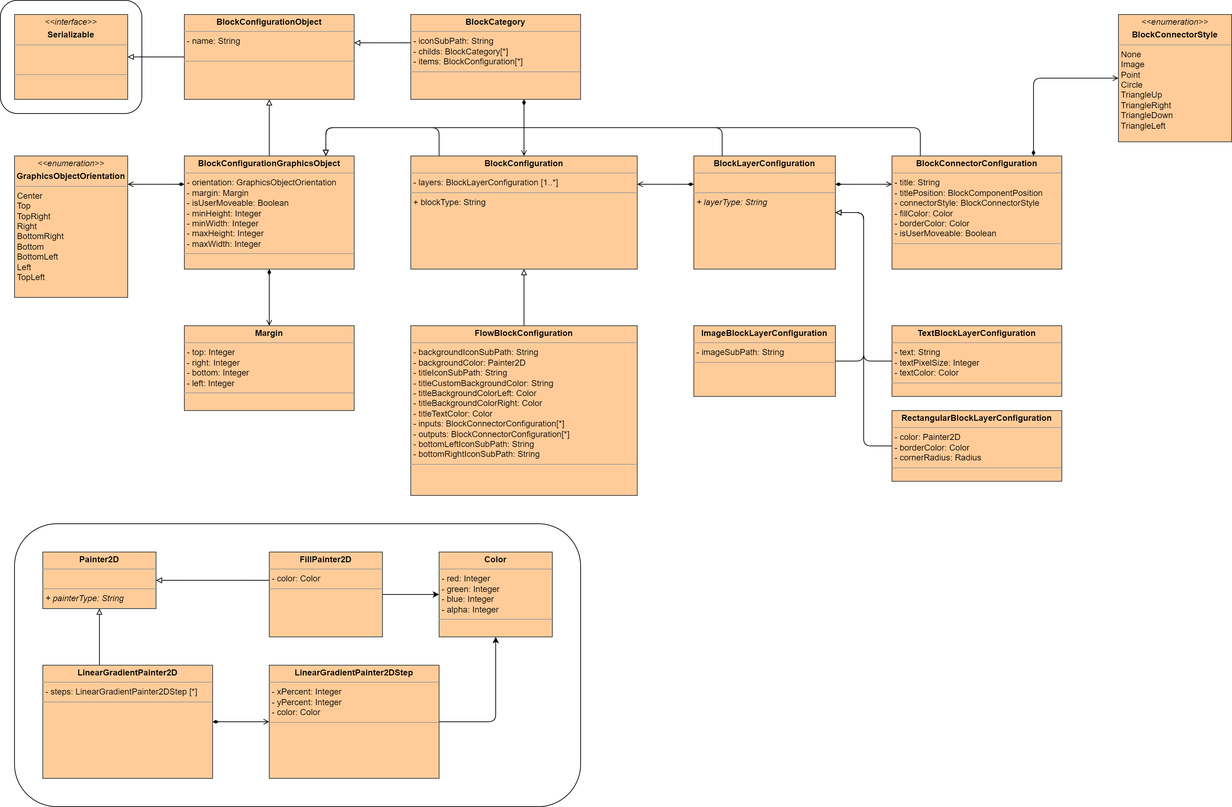
The draw.io diagram Documentation/Developer/block_editor/images/block_editor_api_class.png in OT-OpenTwin/OpenTwin, before a commit. Source tidied: cells renumbered, new cells last; positions are measured from the earlier drawing's top-left corner, leaving out a move shared by most shapes.
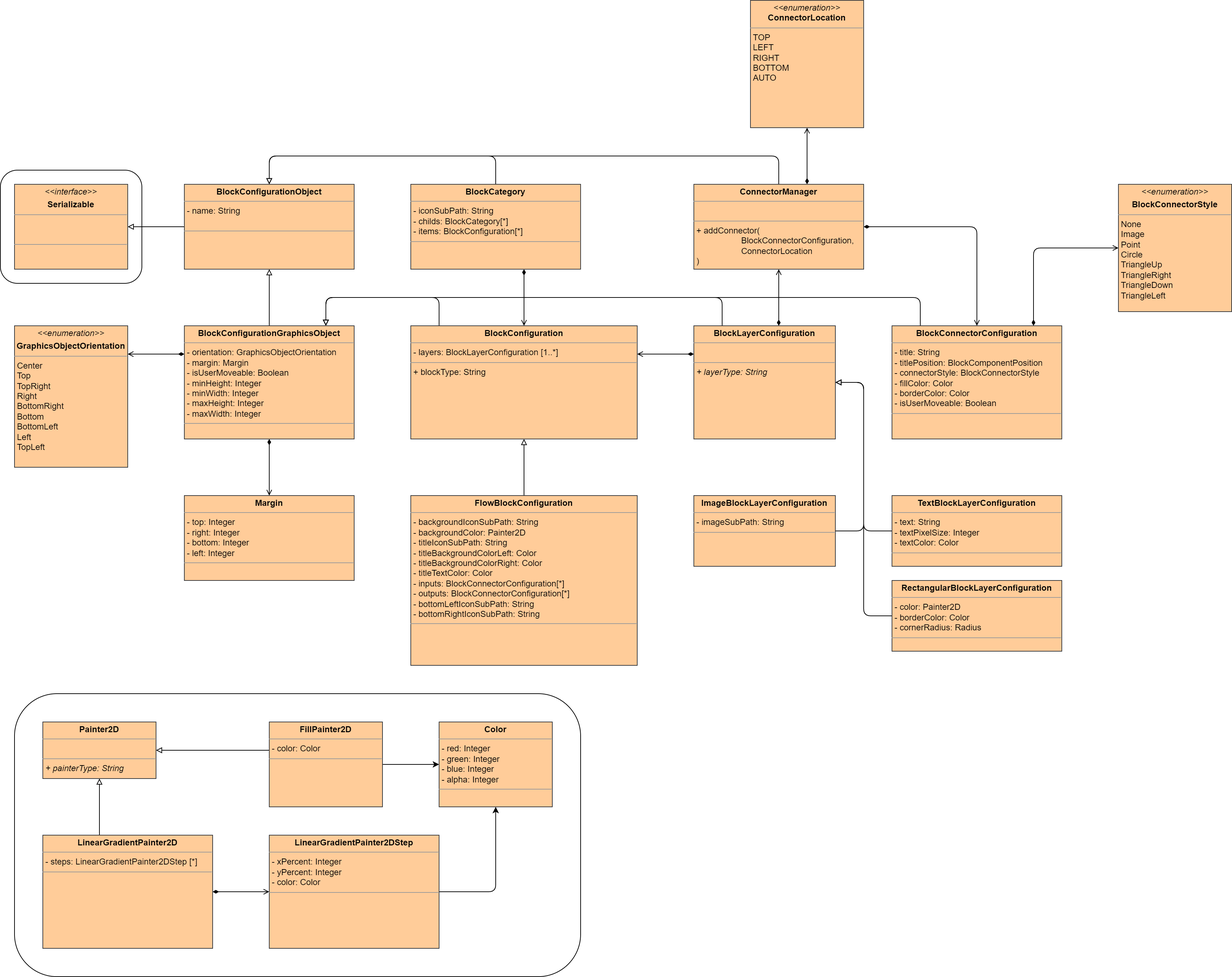
Later version of the same file.

The edit, as a diff of the source:
```diff
@@ -27,11 +27,11 @@
         </Array>
       </mxGeometry>
     </mxCell>
-    <mxCell id="7" style="edgeStyle=orthogonalEdgeStyle;rounded=0;jettySize=auto;html=1;endArrow=block;endFill=0;" parent="1" edge="1" source="8" target="27">
+    <mxCell id="7" style="edgeStyle=orthogonalEdgeStyle;rounded=1;jettySize=auto;html=1;endArrow=block;endFill=0;" parent="1" edge="1" source="8" target="27">
       <mxGeometry relative="1" as="geometry">
         <Array as="points">
-          <mxPoint x="560" y="60" />
-          <mxPoint x="560" y="60" />
+          <mxPoint x="700" y="-20" />
+          <mxPoint x="380" y="-20" />
         </Array>
       </mxGeometry>
     </mxCell>
@@ -46,7 +46,7 @@
         </Array>
       </mxGeometry>
     </mxCell>
-    <mxCell id="10" value="&lt;p style=&quot;margin:0px;margin-top:4px;text-align:center;&quot;&gt;&lt;b&gt;FlowBlockConfiguration&lt;/b&gt;&lt;/p&gt;&lt;hr size=&quot;1&quot;&gt;&lt;p style=&quot;margin:0px;margin-left:4px;&quot;&gt;- backgroundIconSubPath: String&lt;br&gt;&lt;/p&gt;&lt;p style=&quot;margin:0px;margin-left:4px;&quot;&gt;- backgroundColor: Painter2D&lt;/p&gt;&lt;p style=&quot;margin:0px;margin-left:4px;&quot;&gt;- titleIconSubPath: String&lt;/p&gt;&lt;p style=&quot;margin:0px;margin-left:4px;&quot;&gt;- titleCustomBackgroundColor: String&lt;/p&gt;&lt;p style=&quot;margin:0px;margin-left:4px;&quot;&gt;- titleBackgroundColorLeft: Color&lt;/p&gt;&lt;p style=&quot;margin:0px;margin-left:4px;&quot;&gt;- titleBackgroundColorRight: Color&lt;/p&gt;&lt;p style=&quot;margin:0px;margin-left:4px;&quot;&gt;- titleTextColor: Color&lt;/p&gt;&lt;p style=&quot;margin:0px;margin-left:4px;&quot;&gt;- inputs: BlockConnectorConfiguration[*]&lt;/p&gt;&lt;p style=&quot;margin:0px;margin-left:4px;&quot;&gt;- outputs: BlockConnectorConfiguration[*]&lt;/p&gt;&lt;p style=&quot;margin:0px;margin-left:4px;&quot;&gt;- bottomLeftIconSubPath: String&lt;/p&gt;&lt;p style=&quot;margin:0px;margin-left:4px;&quot;&gt;- bottomRightIconSubPath: String&lt;/p&gt;&lt;hr size=&quot;1&quot;&gt;&lt;p style=&quot;margin:0px;margin-left:4px;&quot;&gt;&lt;br&gt;&lt;/p&gt;" style="verticalAlign=top;align=left;overflow=fill;fontSize=12;fontFamily=Helvetica;html=1;fillColor=#ffcc99;strokeColor=#36393d;" parent="1" vertex="1">
+    <mxCell id="10" value="&lt;p style=&quot;margin:0px;margin-top:4px;text-align:center;&quot;&gt;&lt;b&gt;FlowBlockConfiguration&lt;/b&gt;&lt;/p&gt;&lt;hr size=&quot;1&quot;&gt;&lt;p style=&quot;margin:0px;margin-left:4px;&quot;&gt;- backgroundIconSubPath: String&lt;br&gt;&lt;/p&gt;&lt;p style=&quot;margin:0px;margin-left:4px;&quot;&gt;- backgroundColor: Painter2D&lt;/p&gt;&lt;p style=&quot;margin:0px;margin-left:4px;&quot;&gt;- titleIconSubPath: String&lt;/p&gt;&lt;p style=&quot;margin:0px;margin-left:4px;&quot;&gt;- titleBackgroundColorLeft: Color&lt;/p&gt;&lt;p style=&quot;margin:0px;margin-left:4px;&quot;&gt;- titleBackgroundColorRight: Color&lt;/p&gt;&lt;p style=&quot;margin:0px;margin-left:4px;&quot;&gt;- titleTextColor: Color&lt;/p&gt;&lt;p style=&quot;margin:0px;margin-left:4px;&quot;&gt;- inputs: BlockConnectorConfiguration[*]&lt;/p&gt;&lt;p style=&quot;margin:0px;margin-left:4px;&quot;&gt;- outputs: BlockConnectorConfiguration[*]&lt;/p&gt;&lt;p style=&quot;margin:0px;margin-left:4px;&quot;&gt;- bottomLeftIconSubPath: String&lt;/p&gt;&lt;p style=&quot;margin:0px;margin-left:4px;&quot;&gt;- bottomRightIconSubPath: String&lt;/p&gt;&lt;hr size=&quot;1&quot;&gt;&lt;p style=&quot;margin:0px;margin-left:4px;&quot;&gt;&lt;br&gt;&lt;/p&gt;" style="verticalAlign=top;align=left;overflow=fill;fontSize=12;fontFamily=Helvetica;html=1;fillColor=#ffcc99;strokeColor=#36393d;" parent="1" vertex="1">
       <mxGeometry x="580" y="460" width="320" height="240" as="geometry" />
     </mxCell>
     <mxCell id="11" style="edgeStyle=orthogonalEdgeStyle;rounded=1;jettySize=auto;html=1;endArrow=open;endFill=0;startArrow=diamondThin;startFill=1;" parent="1" edge="1" source="13" target="14">
@@ -81,14 +81,6 @@
         </Array>
       </mxGeometry>
     </mxCell>
-    <mxCell id="17" style="edgeStyle=orthogonalEdgeStyle;rounded=0;jettySize=auto;html=1;endArrow=open;endFill=0;startArrow=diamondThin;startFill=1;" parent="1" edge="1" source="19" target="13">
-      <mxGeometry relative="1" as="geometry">
-        <Array as="points">
-          <mxPoint x="1220" y="260" />
-          <mxPoint x="1220" y="260" />
-        </Array>
-      </mxGeometry>
-    </mxCell>
     <mxCell id="18" style="edgeStyle=orthogonalEdgeStyle;rounded=1;jettySize=auto;html=1;endArrow=block;endFill=0;" parent="1" edge="1" source="19" target="31">
       <mxGeometry relative="1" as="geometry">
         <Array as="points">
@@ -97,6 +89,14 @@
         </Array>
       </mxGeometry>
     </mxCell>
+    <mxCell id="44" style="edgeStyle=orthogonalEdgeStyle;rounded=1;jettySize=auto;html=1;endArrow=open;endFill=0;startArrow=diamondThin;startFill=1;" parent="1" edge="1" source="19" target="48">
+      <mxGeometry relative="1" as="geometry">
+        <Array as="points">
+          <mxPoint x="1100" y="180" />
+          <mxPoint x="1100" y="180" />
+        </Array>
+      </mxGeometry>
+    </mxCell>
     <mxCell id="19" value="&lt;p style=&quot;margin:0px;margin-top:4px;text-align:center;&quot;&gt;&lt;b&gt;BlockLayerConfiguration&lt;/b&gt;&lt;/p&gt;&lt;hr size=&quot;1&quot;&gt;&lt;p style=&quot;margin:0px;margin-left:4px;&quot;&gt;&lt;br&gt;&lt;/p&gt;&lt;hr size=&quot;1&quot;&gt;&lt;p style=&quot;margin:0px;margin-left:4px;&quot;&gt;&lt;i style=&quot;border-color: var(--border-color);&quot;&gt;+ layerType: String&lt;/i&gt;&lt;br&gt;&lt;/p&gt;" style="verticalAlign=top;align=left;overflow=fill;fontSize=12;fontFamily=Helvetica;html=1;fillColor=#ffcc99;strokeColor=#36393d;" parent="1" vertex="1">
       <mxGeometry x="980" y="220" width="200" height="160" as="geometry" />
     </mxCell>
@@ -208,5 +208,30 @@
     <mxCell id="43" value="&lt;p style=&quot;margin:0px;margin-top:4px;text-align:center;&quot;&gt;&lt;i&gt;&amp;lt;&amp;lt;interface&amp;gt;&amp;gt;&lt;/i&gt;&lt;/p&gt;&lt;p style=&quot;margin:0px;margin-top:4px;text-align:center;&quot;&gt;&lt;b&gt;Serializable&lt;/b&gt;&lt;/p&gt;&lt;hr size=&quot;1&quot;&gt;&lt;p style=&quot;margin:0px;margin-left:4px;&quot;&gt;&lt;br&gt;&lt;/p&gt;&lt;p style=&quot;margin:0px;margin-left:4px;&quot;&gt;&lt;br&gt;&lt;/p&gt;&lt;hr size=&quot;1&quot;&gt;&lt;p style=&quot;margin:0px;margin-left:4px;&quot;&gt;&lt;br&gt;&lt;/p&gt;" style="verticalAlign=top;align=left;overflow=fill;fontSize=12;fontFamily=Helvetica;html=1;fillColor=#ffcc99;strokeColor=#36393d;" parent="1" vertex="1">
       <mxGeometry x="20" y="20" width="160" height="120" as="geometry" />
     </mxCell>
+    <mxCell id="45" style="edgeStyle=orthogonalEdgeStyle;rounded=1;jettySize=auto;html=1;endArrow=block;endFill=0;" parent="1" edge="1" source="48" target="27">
+      <mxGeometry relative="1" as="geometry">
+        <Array as="points">
+          <mxPoint x="1100" y="-20" />
+          <mxPoint x="380" y="-20" />
+        </Array>
+      </mxGeometry>
+    </mxCell>
+    <mxCell id="46" style="edgeStyle=orthogonalEdgeStyle;rounded=1;jettySize=auto;html=1;endArrow=open;endFill=0;startArrow=diamondThin;startFill=1;" parent="1" edge="1" source="48" target="13">
+      <mxGeometry relative="1" as="geometry" />
+    </mxCell>
+    <mxCell id="47" style="edgeStyle=orthogonalEdgeStyle;rounded=0;jettySize=auto;html=1;endArrow=open;endFill=0;startArrow=diamondThin;startFill=1;" parent="1" edge="1" source="48" target="49">
+      <mxGeometry relative="1" as="geometry">
+        <Array as="points">
+          <mxPoint x="1140" y="10" />
+          <mxPoint x="1140" y="10" />
+        </Array>
+      </mxGeometry>
+    </mxCell>
+    <mxCell id="48" value="&lt;p style=&quot;margin:0px;margin-top:4px;text-align:center;&quot;&gt;&lt;b&gt;ConnectorManager&lt;/b&gt;&lt;br&gt;&lt;/p&gt;&lt;hr size=&quot;1&quot;&gt;&lt;p style=&quot;margin:0px;margin-left:4px;&quot;&gt;&lt;br&gt;&lt;/p&gt;&lt;hr size=&quot;1&quot;&gt;&lt;p style=&quot;margin:0px;margin-left:4px;&quot;&gt;+ addConnector(&lt;/p&gt;&lt;p style=&quot;margin:0px;margin-left:4px;&quot;&gt;&amp;nbsp; &amp;nbsp; &amp;nbsp; &amp;nbsp; &amp;nbsp; &amp;nbsp; &amp;nbsp; &amp;nbsp; &amp;nbsp; &amp;nbsp;BlockConnectorConfiguration,&amp;nbsp;&lt;/p&gt;&lt;p style=&quot;margin:0px;margin-left:4px;&quot;&gt;&amp;nbsp; &amp;nbsp; &amp;nbsp; &amp;nbsp; &amp;nbsp; &amp;nbsp; &amp;nbsp; &amp;nbsp; &amp;nbsp; &amp;nbsp;ConnectorLocation&lt;/p&gt;&lt;p style=&quot;margin:0px;margin-left:4px;&quot;&gt;)&lt;/p&gt;" style="verticalAlign=top;align=left;overflow=fill;fontSize=12;fontFamily=Helvetica;html=1;fillColor=#ffcc99;strokeColor=#36393d;" parent="1" vertex="1">
+      <mxGeometry x="980" y="20" width="240" height="120" as="geometry" />
+    </mxCell>
+    <mxCell id="49" value="&lt;p style=&quot;margin:0px;margin-top:4px;text-align:center;&quot;&gt;&lt;span style=&quot;background-color: initial;&quot;&gt;&lt;i&gt;&amp;lt;&amp;lt;enumeration&amp;gt;&amp;gt;&lt;/i&gt;&lt;/span&gt;&lt;/p&gt;&lt;div style=&quot;text-align: center;&quot;&gt;&lt;b&gt;ConnectorLocation&lt;/b&gt;&lt;/div&gt;&lt;hr size=&quot;1&quot;&gt;&lt;p style=&quot;margin:0px;margin-left:4px;&quot;&gt;TOP&lt;/p&gt;&lt;p style=&quot;margin:0px;margin-left:4px;&quot;&gt;LEFT&lt;br&gt;RIGHT&lt;br&gt;BOTTOM&lt;/p&gt;&lt;p style=&quot;margin:0px;margin-left:4px;&quot;&gt;AUTO&lt;/p&gt;" style="verticalAlign=top;align=left;overflow=fill;fontSize=12;fontFamily=Helvetica;html=1;fillColor=#ffcc99;strokeColor=#36393d;" parent="1" vertex="1">
+      <mxGeometry x="1060" y="-240" width="160" height="180" as="geometry" />
+    </mxCell>
   </root>
 </mxGraphModel>
```
